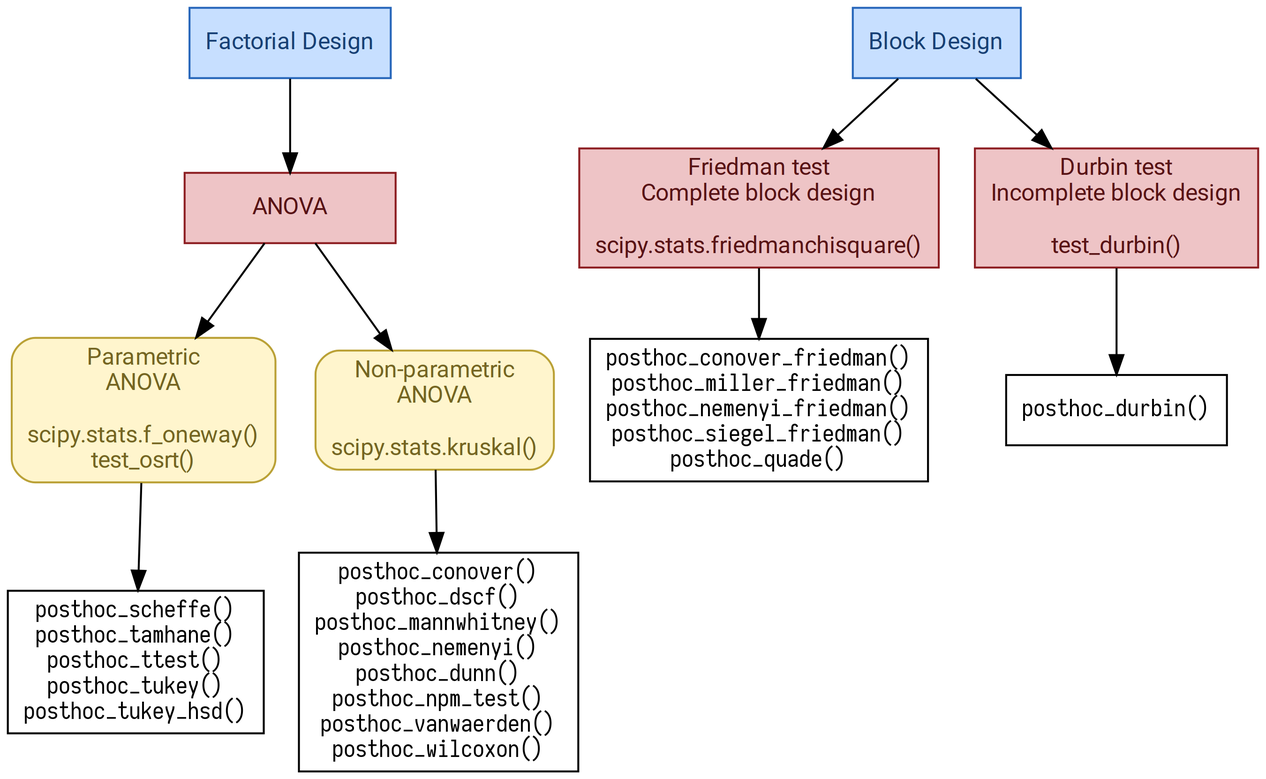
maximtrp/scikit-posthocs keeps this Graphviz diagram as images/flowchart.png. Above is the earlier version. Its source is kept beside it as images/flowchart.gv.
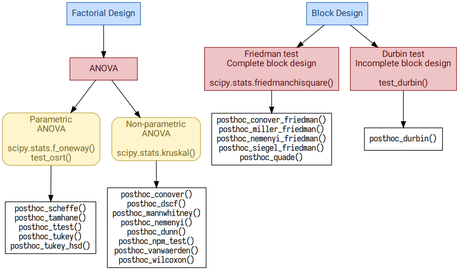
The same diagram one commit later.

Diff of the diagram source:
```diff
@@ -1,11 +1,11 @@
 digraph {
     graph [truecolor=true, bgcolor="#ff000000"];
-    node [fontname="Roboto", fontsize=12];
+    node [fontname="Roboto", fontsize=14, style="filled", fillcolor="#ffffff"];
 
     factorial [
         label="Factorial Design",
+        style="filled",
         shape=box,
-        style="filled",
         fillcolor="#C7DFFF",
         color="#2666ba",
         fontcolor="#184074"
```
